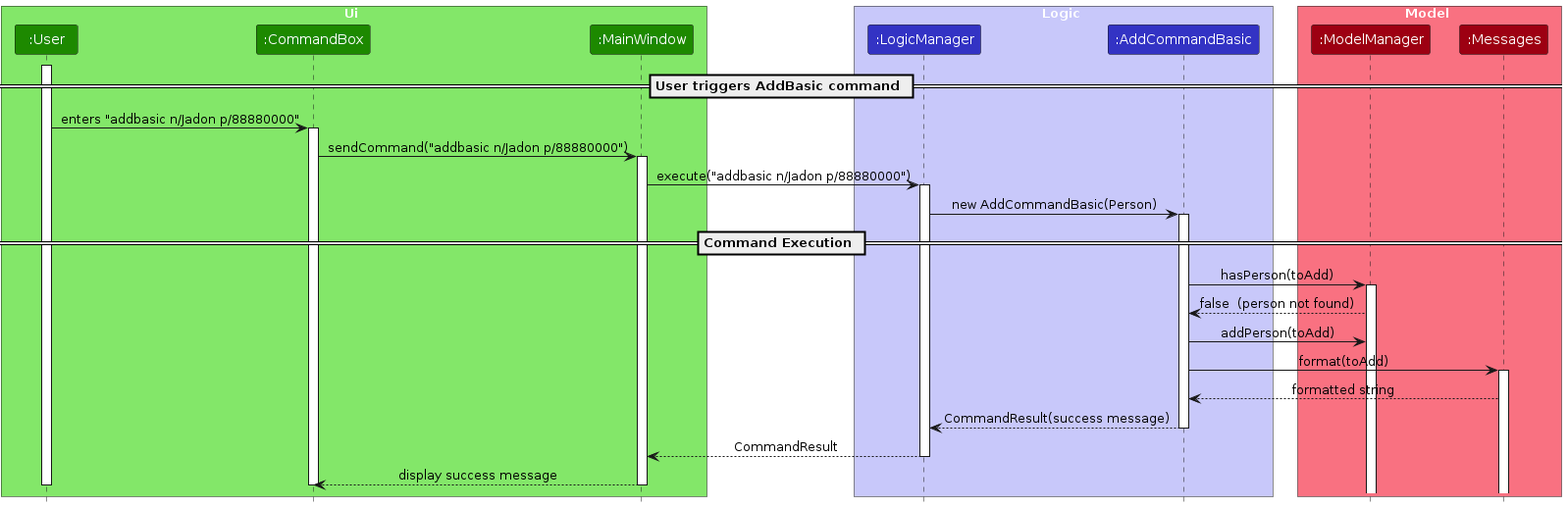
The PlantUML diagram diagrams/AddCommandBasicDiagram.png in joelchongg/tp, before a commit. Its source is kept beside it as diagrams/AddCommandBasicDiagram.puml.
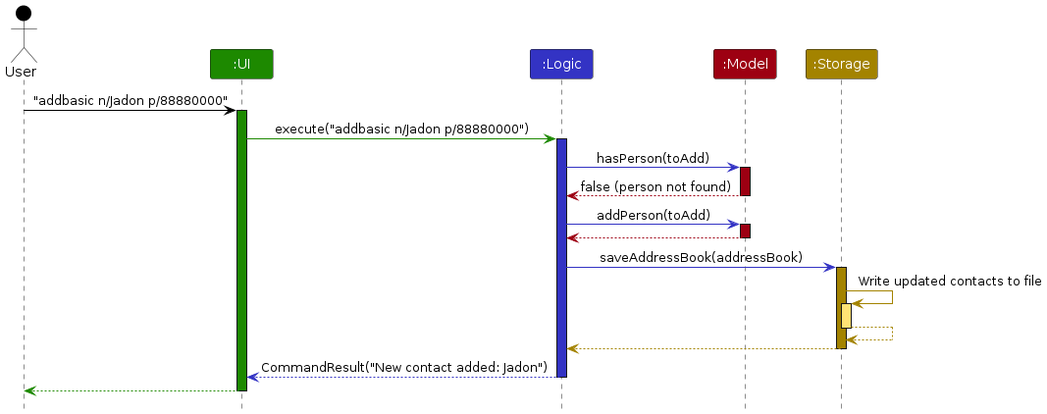
After the commit.

Change to the diagram source:
```diff
@@ -2,55 +2,40 @@
 !include style.puml
 skinparam ArrowFontStyle plain
 
-box Ui UI_COLOR_T1
-participant ":User" as User UI_COLOR
-participant ":CommandBox" as CommandBox UI_COLOR
-participant ":MainWindow" as MainWindow UI_COLOR
-end box
+Actor User as user USER_COLOR
+Participant ":UI" as ui UI_COLOR
+Participant ":Logic" as logic LOGIC_COLOR
+Participant ":Model" as model MODEL_COLOR
+Participant ":Storage" as storage STORAGE_COLOR
 
-box Logic LOGIC_COLOR_T1
-participant ":LogicManager" as LogicManager LOGIC_COLOR
-participant ":AddCommandBasic" as AddCommandBasic LOGIC_COLOR
-end box
+user -[USER_COLOR]> ui : "addbasic n/Jadon p/88880000"
+activate ui UI_COLOR
 
-box Model MODEL_COLOR_T1
-participant ":ModelManager" as ModelManager MODEL_COLOR
-participant ":Messages" as Messages MODEL_COLOR
-end box
+ui -[UI_COLOR]> logic : execute("addbasic n/Jadon p/88880000")
+activate logic LOGIC_COLOR
 
+logic -[LOGIC_COLOR]> model : hasPerson(toAdd)
+activate model MODEL_COLOR
+model --[MODEL_COLOR]> logic : false (person not found)
+deactivate model
 
-== User triggers AddBasic command ==
-activate User
-User -> CommandBox : enters "addbasic n/Jadon p/88880000"
-activate CommandBox
-CommandBox -> MainWindow : sendCommand("addbasic n/Jadon p/88880000")
+logic -[LOGIC_COLOR]> model : addPerson(toAdd)
+activate model MODEL_COLOR
+model --[MODEL_COLOR]> logic
+deactivate model
 
-activate MainWindow
-MainWindow -> LogicManager : execute("addbasic n/Jadon p/88880000")
-activate LogicManager
+logic -[LOGIC_COLOR]> storage : saveAddressBook(addressBook)
+activate storage STORAGE_COLOR
+storage -[STORAGE_COLOR]> storage : Write updated contacts to file
+activate storage STORAGE_COLOR_T1
+storage --[STORAGE_COLOR]> storage
+deactivate storage
+storage --[STORAGE_COLOR]> logic
+deactivate storage
 
-LogicManager -> AddCommandBasic : new AddCommandBasic(Person)
-activate AddCommandBasic
+logic --[LOGIC_COLOR]> ui : CommandResult("New contact added: Jadon")
+deactivate logic
 
-== Command Execution ==
-AddCommandBasic -> ModelManager : hasPerson(toAdd)
-activate ModelManager
-ModelManager --> AddCommandBasic : false  (person not found)
-
-AddCommandBasic -> ModelManager : addPerson(toAdd)
-AddCommandBasic -> Messages : format(toAdd)
-activate Messages
-Messages --> AddCommandBasic : formatted string
-
-AddCommandBasic --> LogicManager : CommandResult(success message)
-deactivate AddCommandBasic
-
-LogicManager --> MainWindow : CommandResult
-deactivate LogicManager
-
-MainWindow --> CommandBox : display success message
-deactivate MainWindow
-deactivate CommandBox
-deactivate User
-
+ui --[UI_COLOR]> user
+deactivate ui
 @enduml
```
